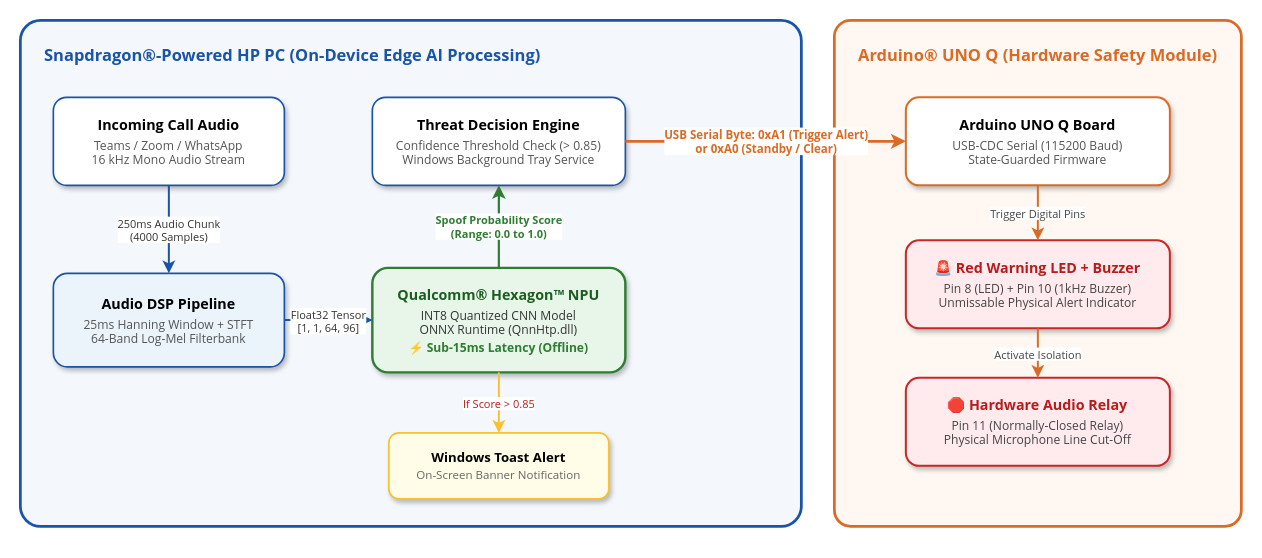
This is submission_assets/voicearmor_architecture.drawio from BharathGDevadiga/VoiceArmor-Edge, a draw.io file, before an edit. Source tidied: cells renumbered, new cells numbered last; positions are measured from the earlier drawing's top-left corner, leaving out a move shared by most shapes. Both pictures are drawn from the tidied source at 110%, with x=0, y=0 at pixel (20, 20).
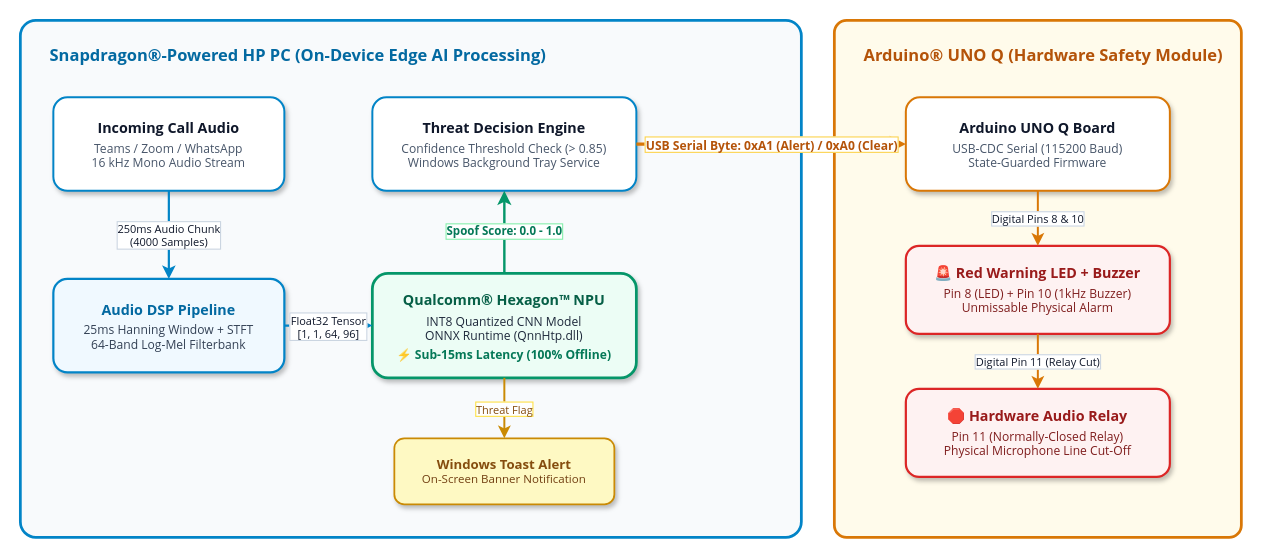
After the change.

Commit message (it also covers changes not shown here):
Convert architecture diagram to crisp white mode for Word document

Change to the diagram source:
```diff
@@
-<mxGraphModel background="#ffffff">
+<mxGraphModel background="#FFFFFF">
@@
-    <mxCell id="2" style="rounded=1;whiteSpace=wrap;html=1;fillColor=#F4F8FD;strokeColor=#1954A6;strokeWidth=2.5;arcSize=4;shadow=0;" parent="1" vertex="1">
-      <mxGeometry width="710" height="460" as="geometry" />
+    <mxCell id="2" style="rounded=1;whiteSpace=wrap;html=1;fillColor=#F8FAFC;strokeColor=#0284C7;strokeWidth=2.5;arcSize=3;shadow=0;" parent="1" vertex="1">
+      <mxGeometry width="710" height="470" as="geometry" />
     </mxCell>
-    <mxCell id="3" value="Snapdragon®-Powered HP PC (On-Device Edge AI Processing)" style="text;html=1;strokeColor=none;fillColor=none;align=left;verticalAlign=middle;whiteSpace=wrap;rounded=0;fontFamily=Segoe UI;fontSize=15;fontStyle=1;fontColor=#1954A6;" parent="1" vertex="1">
-      <mxGeometry x="20" y="15" width="550" height="30" as="geometry" />
+    <mxCell id="3" value="Snapdragon®-Powered HP PC (On-Device Edge AI Processing)" style="text;html=1;strokeColor=none;fillColor=none;align=left;verticalAlign=middle;whiteSpace=wrap;rounded=0;fontFamily=Segoe UI;fontSize=15;fontStyle=1;fontColor=#0369A1;" parent="1" vertex="1">
+      <mxGeometry x="25" y="15" width="550" height="30" as="geometry" />
     </mxCell>
-    <mxCell id="4" style="rounded=1;whiteSpace=wrap;html=1;fillColor=#FFF8F2;strokeColor=#D96B27;strokeWidth=2.5;arcSize=4;shadow=0;" parent="1" vertex="1">
-      <mxGeometry x="740" width="370" height="460" as="geometry" />
+    <mxCell id="4" style="rounded=1;whiteSpace=wrap;html=1;fillColor=#FFFBEB;strokeColor=#D97706;strokeWidth=2.5;arcSize=3;shadow=0;" parent="1" vertex="1">
+      <mxGeometry x="740" width="370" height="470" as="geometry" />
     </mxCell>
-    <mxCell id="5" value="Arduino® UNO Q (Hardware Safety Module)" style="text;html=1;strokeColor=none;fillColor=none;align=left;verticalAlign=middle;whiteSpace=wrap;rounded=0;fontFamily=Segoe UI;fontSize=15;fontStyle=1;fontColor=#D96B27;" parent="1" vertex="1">
-      <mxGeometry x="760" y="15" width="340" height="30" as="geometry" />
+    <mxCell id="5" value="Arduino® UNO Q (Hardware Safety Module)" style="text;html=1;strokeColor=none;fillColor=none;align=left;verticalAlign=middle;whiteSpace=wrap;rounded=0;fontFamily=Segoe UI;fontSize=15;fontStyle=1;fontColor=#B45309;" parent="1" vertex="1">
+      <mxGeometry x="765" y="15" width="340" height="30" as="geometry" />
     </mxCell>
-    <mxCell id="6" value="&lt;div style=&quot;font-size: 13px; font-weight: bold; margin-bottom: 4px;&quot;&gt;Incoming Call Audio&lt;/div&gt;&lt;div style=&quot;font-size: 11px; color: #555555;&quot;&gt;Teams / Zoom / WhatsApp&lt;br&gt;16 kHz Mono Audio Stream&lt;/div&gt;" style="rounded=1;whiteSpace=wrap;html=1;fontFamily=Segoe UI;fillColor=#FFFFFF;strokeColor=#1954A6;strokeWidth=1.5;shadow=1;spacing=6;" parent="1" vertex="1">
-      <mxGeometry x="30" y="70" width="210" height="80" as="geometry" />
+    <mxCell id="6" value="&lt;div style=&quot;font-size: 13px; font-weight: bold; color: #0F172A; margin-bottom: 4px;&quot;&gt;Incoming Call Audio&lt;/div&gt;&lt;div style=&quot;font-size: 11px; color: #475569;&quot;&gt;Teams / Zoom / WhatsApp&lt;br&gt;16 kHz Mono Audio Stream&lt;/div&gt;" style="rounded=1;whiteSpace=wrap;html=1;fontFamily=Segoe UI;fillColor=#FFFFFF;strokeColor=#0284C7;strokeWidth=1.8;shadow=1;spacing=6;" parent="1" vertex="1">
+      <mxGeometry x="30" y="70" width="210" height="85" as="geometry" />
     </mxCell>
-    <mxCell id="7" value="&lt;div style=&quot;font-size: 13px; font-weight: bold; margin-bottom: 4px;&quot;&gt;Audio DSP Pipeline&lt;/div&gt;&lt;div style=&quot;font-size: 11px; color: #555555;&quot;&gt;25ms Hanning Window + STFT&lt;br&gt;64-Band Log-Mel Filterbank&lt;/div&gt;" style="rounded=1;whiteSpace=wrap;html=1;fontFamily=Segoe UI;fillColor=#EBF3FB;strokeColor=#1954A6;strokeWidth=1.5;shadow=1;spacing=6;" parent="1" vertex="1">
-      <mxGeometry x="30" y="230" width="210" height="85" as="geometry" />
+    <mxCell id="7" value="&lt;div style=&quot;font-size: 13px; font-weight: bold; color: #0369A1; margin-bottom: 4px;&quot;&gt;Audio DSP Pipeline&lt;/div&gt;&lt;div style=&quot;font-size: 11px; color: #334155;&quot;&gt;25ms Hanning Window + STFT&lt;br&gt;64-Band Log-Mel Filterbank&lt;/div&gt;" style="rounded=1;whiteSpace=wrap;html=1;fontFamily=Segoe UI;fillColor=#F0F9FF;strokeColor=#0284C7;strokeWidth=2;shadow=1;spacing=6;" parent="1" vertex="1">
+      <mxGeometry x="30" y="235" width="210" height="85" as="geometry" />
     </mxCell>
-    <mxCell id="8" value="&lt;div style=&quot;font-size: 13px; font-weight: bold; margin-bottom: 3px; color: #1B5E20;&quot;&gt;Qualcomm® Hexagon™ NPU&lt;/div&gt;&lt;div style=&quot;font-size: 11px; color: #333333;&quot;&gt;INT8 Quantized CNN Model&lt;br&gt;ONNX Runtime (QnnHtp.dll)&lt;/div&gt;&lt;div style=&quot;font-size: 11px; font-weight: bold; color: #2E7D32; margin-top: 3px;&quot;&gt;⚡ Sub-15ms Latency (Offline)&lt;/div&gt;" style="rounded=1;whiteSpace=wrap;html=1;fontFamily=Segoe UI;fillColor=#E8F5E9;strokeColor=#2E7D32;strokeWidth=2.2;shadow=1;spacing=6;" parent="1" vertex="1">
-      <mxGeometry x="320" y="225" width="230" height="95" as="geometry" />
+    <mxCell id="8" value="&lt;div style=&quot;font-size: 13px; font-weight: bold; color: #065F46; margin-bottom: 4px;&quot;&gt;Qualcomm® Hexagon™ NPU&lt;/div&gt;&lt;div style=&quot;font-size: 11px; color: #1E293B;&quot;&gt;INT8 Quantized CNN Model&lt;br&gt;ONNX Runtime (QnnHtp.dll)&lt;/div&gt;&lt;div style=&quot;font-size: 11px; font-weight: bold; color: #047857; margin-top: 4px;&quot;&gt;⚡ Sub-15ms Latency (100% Offline)&lt;/div&gt;" style="rounded=1;whiteSpace=wrap;html=1;fontFamily=Segoe UI;fillColor=#ECFDF5;strokeColor=#059669;strokeWidth=2.5;shadow=1;spacing=6;" parent="1" vertex="1">
+      <mxGeometry x="320" y="230" width="240" height="95" as="geometry" />
     </mxCell>
-    <mxCell id="9" value="&lt;div style=&quot;font-size: 13px; font-weight: bold; margin-bottom: 4px;&quot;&gt;Threat Decision Engine&lt;/div&gt;&lt;div style=&quot;font-size: 11px; color: #555555;&quot;&gt;Confidence Threshold Check (&amp;gt; 0.85)&lt;br&gt;Windows Background Tray Service&lt;/div&gt;" style="rounded=1;whiteSpace=wrap;html=1;fontFamily=Segoe UI;fillColor=#FFFFFF;strokeColor=#1954A6;strokeWidth=1.5;shadow=1;spacing=6;" parent="1" vertex="1">
-      <mxGeometry x="320" y="70" width="230" height="80" as="geometry" />
+    <mxCell id="9" value="&lt;div style=&quot;font-size: 13px; font-weight: bold; color: #0F172A; margin-bottom: 4px;&quot;&gt;Threat Decision Engine&lt;/div&gt;&lt;div style=&quot;font-size: 11px; color: #475569;&quot;&gt;Confidence Threshold Check (&amp;gt; 0.85)&lt;br&gt;Windows Background Tray Service&lt;/div&gt;" style="rounded=1;whiteSpace=wrap;html=1;fontFamily=Segoe UI;fillColor=#FFFFFF;strokeColor=#0284C7;strokeWidth=1.8;shadow=1;spacing=6;" parent="1" vertex="1">
+      <mxGeometry x="320" y="70" width="240" height="85" as="geometry" />
     </mxCell>
-    <mxCell id="10" value="&lt;div style=&quot;font-size: 12px; font-weight: bold; margin-bottom: 2px;&quot;&gt;Windows Toast Alert&lt;/div&gt;&lt;div style=&quot;font-size: 10.5px; color: #666666;&quot;&gt;On-Screen Banner Notification&lt;/div&gt;" style="rounded=1;whiteSpace=wrap;html=1;fontFamily=Segoe UI;fillColor=#FFFDE7;strokeColor=#FBC02D;strokeWidth=1.5;shadow=1;spacing=4;" parent="1" vertex="1">
-      <mxGeometry x="335" y="375" width="200" height="60" as="geometry" />
+    <mxCell id="10" value="&lt;div style=&quot;font-size: 12px; font-weight: bold; color: #854D0E;&quot;&gt;Windows Toast Alert&lt;/div&gt;&lt;div style=&quot;font-size: 10.5px; color: #713F12;&quot;&gt;On-Screen Banner Notification&lt;/div&gt;" style="rounded=1;whiteSpace=wrap;html=1;fontFamily=Segoe UI;fillColor=#FEF9C3;strokeColor=#CA8A04;strokeWidth=1.6;shadow=1;spacing=4;" parent="1" vertex="1">
+      <mxGeometry x="340" y="380" width="200" height="60" as="geometry" />
     </mxCell>
-    <mxCell id="11" value="&lt;div style=&quot;font-size: 13px; font-weight: bold; margin-bottom: 4px;&quot;&gt;Arduino UNO Q Board&lt;/div&gt;&lt;div style=&quot;font-size: 11px; color: #555555;&quot;&gt;USB-CDC Serial (115200 Baud)&lt;br&gt;State-Guarded Firmware&lt;/div&gt;" style="rounded=1;whiteSpace=wrap;html=1;fontFamily=Segoe UI;fillColor=#FFFFFF;strokeColor=#D96B27;strokeWidth=1.8;shadow=1;spacing=6;" parent="1" vertex="1">
-      <mxGeometry x="805" y="70" width="240" height="80" as="geometry" />
+    <mxCell id="11" value="&lt;div style=&quot;font-size: 13px; font-weight: bold; color: #0F172A; margin-bottom: 4px;&quot;&gt;Arduino UNO Q Board&lt;/div&gt;&lt;div style=&quot;font-size: 11px; color: #475569;&quot;&gt;USB-CDC Serial (115200 Baud)&lt;br&gt;State-Guarded Firmware&lt;/div&gt;" style="rounded=1;whiteSpace=wrap;html=1;fontFamily=Segoe UI;fillColor=#FFFFFF;strokeColor=#D97706;strokeWidth=1.8;shadow=1;spacing=6;" parent="1" vertex="1">
+      <mxGeometry x="805" y="70" width="240" height="85" as="geometry" />
     </mxCell>
-    <mxCell id="12" value="&lt;div style=&quot;font-size: 13px; font-weight: bold; color: #B71C1C; margin-bottom: 4px;&quot;&gt;🚨 Red Warning LED + Buzzer&lt;/div&gt;&lt;div style=&quot;font-size: 11px; color: #444444;&quot;&gt;Pin 8 (LED) + Pin 10 (1kHz Buzzer)&lt;br&gt;Unmissable Physical Alert Indicator&lt;/div&gt;" style="rounded=1;whiteSpace=wrap;html=1;fontFamily=Segoe UI;fillColor=#FFEBEE;strokeColor=#C62828;strokeWidth=1.8;shadow=1;spacing=6;" parent="1" vertex="1">
-      <mxGeometry x="805" y="200" width="240" height="80" as="geometry" />
+    <mxCell id="12" value="&lt;div style=&quot;font-size: 13px; font-weight: bold; color: #991B1B; margin-bottom: 4px;&quot;&gt;🚨 Red Warning LED + Buzzer&lt;/div&gt;&lt;div style=&quot;font-size: 11px; color: #7F1D1D;&quot;&gt;Pin 8 (LED) + Pin 10 (1kHz Buzzer)&lt;br&gt;Unmissable Physical Alarm&lt;/div&gt;" style="rounded=1;whiteSpace=wrap;html=1;fontFamily=Segoe UI;fillColor=#FEF2F2;strokeColor=#DC2626;strokeWidth=2;shadow=1;spacing=6;" parent="1" vertex="1">
+      <mxGeometry x="805" y="205" width="240" height="80" as="geometry" />
     </mxCell>
-    <mxCell id="13" value="&lt;div style=&quot;font-size: 13px; font-weight: bold; color: #B71C1C; margin-bottom: 4px;&quot;&gt;🛑 Hardware Audio Relay&lt;/div&gt;&lt;div style=&quot;font-size: 11px; color: #444444;&quot;&gt;Pin 11 (Normally-Closed Relay)&lt;br&gt;Physical Microphone Line Cut-Off&lt;/div&gt;" style="rounded=1;whiteSpace=wrap;html=1;fontFamily=Segoe UI;fillColor=#FFEBEE;strokeColor=#C62828;strokeWidth=1.8;shadow=1;spacing=6;" parent="1" vertex="1">
-      <mxGeometry x="805" y="325" width="240" height="80" as="geometry" />
+    <mxCell id="13" value="&lt;div style=&quot;font-size: 13px; font-weight: bold; color: #991B1B; margin-bottom: 4px;&quot;&gt;🛑 Hardware Audio Relay&lt;/div&gt;&lt;div style=&quot;font-size: 11px; color: #7F1D1D;&quot;&gt;Pin 11 (Normally-Closed Relay)&lt;br&gt;Physical Microphone Line Cut-Off&lt;/div&gt;" style="rounded=1;whiteSpace=wrap;html=1;fontFamily=Segoe UI;fillColor=#FEF2F2;strokeColor=#DC2626;strokeWidth=2;shadow=1;spacing=6;" parent="1" vertex="1">
+      <mxGeometry x="805" y="335" width="240" height="80" as="geometry" />
     </mxCell>
-    <mxCell id="14" value="250ms Audio Chunk&lt;br&gt;(4000 Samples)" style="edgeStyle=orthogonalEdgeStyle;rounded=1;jettySize=auto;html=1;fontFamily=Segoe UI;fontSize=10;fontColor=#333333;strokeColor=#1954A6;strokeWidth=1.8;" parent="1" edge="1" source="6" target="7">
+    <mxCell id="14" value="250ms Audio Chunk&lt;br&gt;(4000 Samples)" style="edgeStyle=orthogonalEdgeStyle;rounded=1;jettySize=auto;html=1;fontFamily=Segoe UI;fontSize=10;fontColor=#0F172A;labelBackgroundColor=#FFFFFF;labelBorderColor=#CBD5E1;strokeColor=#0284C7;strokeWidth=2;" parent="1" edge="1" source="6" target="7">
       <mxGeometry relative="1" as="geometry" />
     </mxCell>
-    <mxCell id="15" value="Float32 Tensor&lt;br&gt;[1, 1, 64, 96]" style="edgeStyle=orthogonalEdgeStyle;rounded=1;jettySize=auto;html=1;fontFamily=Segoe UI;fontSize=10;fontColor=#333333;strokeColor=#1954A6;strokeWidth=1.8;" parent="1" edge="1" source="7" target="8">
+    <mxCell id="15" value="Float32 Tensor&lt;br&gt;[1, 1, 64, 96]" style="edgeStyle=orthogonalEdgeStyle;rounded=1;jettySize=auto;html=1;fontFamily=Segoe UI;fontSize=10;fontColor=#0F172A;labelBackgroundColor=#FFFFFF;labelBorderColor=#CBD5E1;strokeColor=#0284C7;strokeWidth=2;" parent="1" edge="1" source="7" target="8">
       <mxGeometry relative="1" as="geometry" />
     </mxCell>
-    <mxCell id="16" value="Spoof Probability Score&lt;br&gt;(Range: 0.0 to 1.0)" style="edgeStyle=orthogonalEdgeStyle;rounded=1;jettySize=auto;html=1;fontFamily=Segoe UI;fontSize=10;fontStyle=1;fontColor=#2E7D32;strokeColor=#2E7D32;strokeWidth=2;" parent="1" edge="1" source="8" target="9">
+    <mxCell id="16" value="Spoof Score: 0.0 - 1.0" style="edgeStyle=orthogonalEdgeStyle;rounded=1;jettySize=auto;html=1;fontFamily=Segoe UI;fontSize=10.5;fontStyle=1;fontColor=#047857;labelBackgroundColor=#FFFFFF;labelBorderColor=#86EFAC;strokeColor=#059669;strokeWidth=2.2;" parent="1" edge="1" source="8" target="9">
       <mxGeometry relative="1" as="geometry" />
     </mxCell>
-    <mxCell id="17" value="If Score &amp;gt; 0.85" style="edgeStyle=orthogonalEdgeStyle;rounded=1;jettySize=auto;html=1;fontFamily=Segoe UI;fontSize=10;fontColor=#B71C1C;strokeColor=#FBC02D;strokeWidth=1.8;" parent="1" edge="1" source="8" target="10">
+    <mxCell id="17" value="Threat Flag" style="edgeStyle=orthogonalEdgeStyle;rounded=1;jettySize=auto;html=1;fontFamily=Segoe UI;fontSize=10;fontColor=#854D0E;labelBackgroundColor=#FFFFFF;labelBorderColor=#FDE047;strokeColor=#CA8A04;strokeWidth=1.8;" parent="1" edge="1" source="8" target="10">
       <mxGeometry relative="1" as="geometry" />
     </mxCell>
-    <mxCell id="18" value="USB Serial Byte: 0xA1 (Trigger Alert)&lt;br&gt;or 0xA0 (Standby / Clear)" style="edgeStyle=orthogonalEdgeStyle;rounded=1;jettySize=auto;html=1;fontFamily=Segoe UI;fontSize=10.5;fontStyle=1;fontColor=#D96B27;strokeColor=#D96B27;strokeWidth=2.4;" parent="1" edge="1" source="9" target="11">
+    <mxCell id="18" value="USB Serial Byte: 0xA1 (Alert) / 0xA0 (Clear)" style="edgeStyle=orthogonalEdgeStyle;rounded=1;jettySize=auto;html=1;fontFamily=Segoe UI;fontSize=11;fontStyle=1;fontColor=#B45309;labelBackgroundColor=#FFFFFF;labelBorderColor=#FCD34D;strokeColor=#D97706;strokeWidth=2.8;" parent="1" edge="1" source="9" target="11">
       <mxGeometry relative="1" as="geometry" />
     </mxCell>
-    <mxCell id="19" value="Trigger Digital Pins" style="edgeStyle=orthogonalEdgeStyle;rounded=1;jettySize=auto;html=1;fontFamily=Segoe UI;fontSize=10;fontColor=#444444;strokeColor=#D96B27;strokeWidth=1.8;" parent="1" edge="1" source="11" target="12">
+    <mxCell id="19" value="Digital Pins 8 &amp; 10" style="edgeStyle=orthogonalEdgeStyle;rounded=1;jettySize=auto;html=1;fontFamily=Segoe UI;fontSize=10;fontColor=#0F172A;labelBackgroundColor=#FFFFFF;labelBorderColor=#CBD5E1;strokeColor=#D97706;strokeWidth=1.8;" parent="1" edge="1" source="11" target="12">
       <mxGeometry relative="1" as="geometry" />
     </mxCell>
-    <mxCell id="20" value="Activate Isolation" style="edgeStyle=orthogonalEdgeStyle;rounded=1;jettySize=auto;html=1;fontFamily=Segoe UI;fontSize=10;fontColor=#444444;strokeColor=#D96B27;strokeWidth=1.8;" parent="1" edge="1" source="12" target="13">
+    <mxCell id="20" value="Digital Pin 11 (Relay Cut)" style="edgeStyle=orthogonalEdgeStyle;rounded=1;jettySize=auto;html=1;fontFamily=Segoe UI;fontSize=10;fontColor=#0F172A;labelBackgroundColor=#FFFFFF;labelBorderColor=#CBD5E1;strokeColor=#D97706;strokeWidth=1.8;" parent="1" edge="1" source="12" target="13">
       <mxGeometry relative="1" as="geometry" />
     </mxCell>
```
